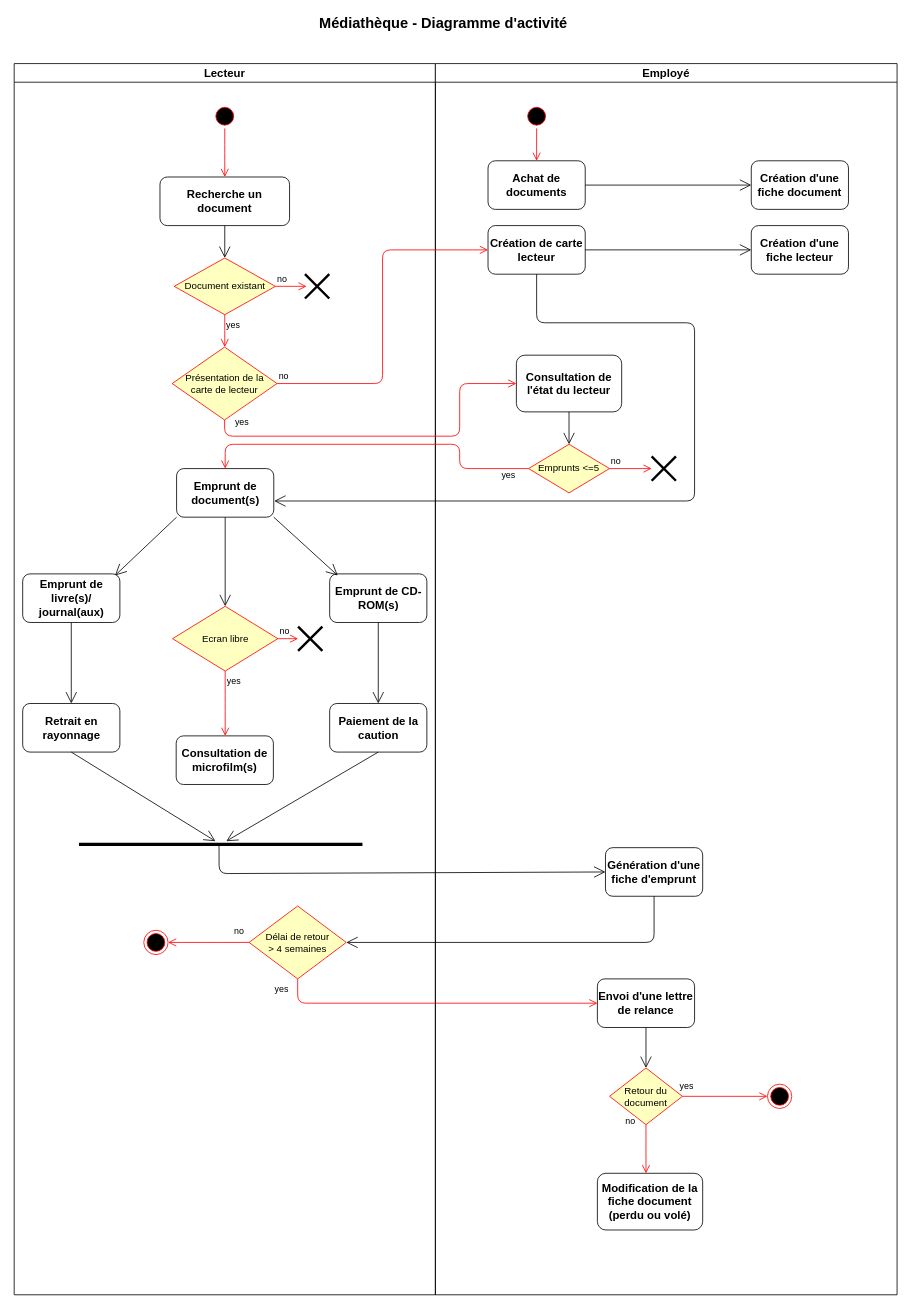
BaltoClem/Travaux_CDA keeps this draw.io diagram as Développer des composants d'interface/Maquetter une application/UML Partie 1/Phase 4 - Diagramme d'activité/diagramme_d_activite.drawio. Above is the earlier version. Source tidied: cells renumbered, new cells numbered last; positions are measured from the earlier drawing's top-left corner, leaving out a move shared by most shapes. Both pictures are drawn from the tidied source at 81%, with x=0, y=0 at pixel (14, 15).
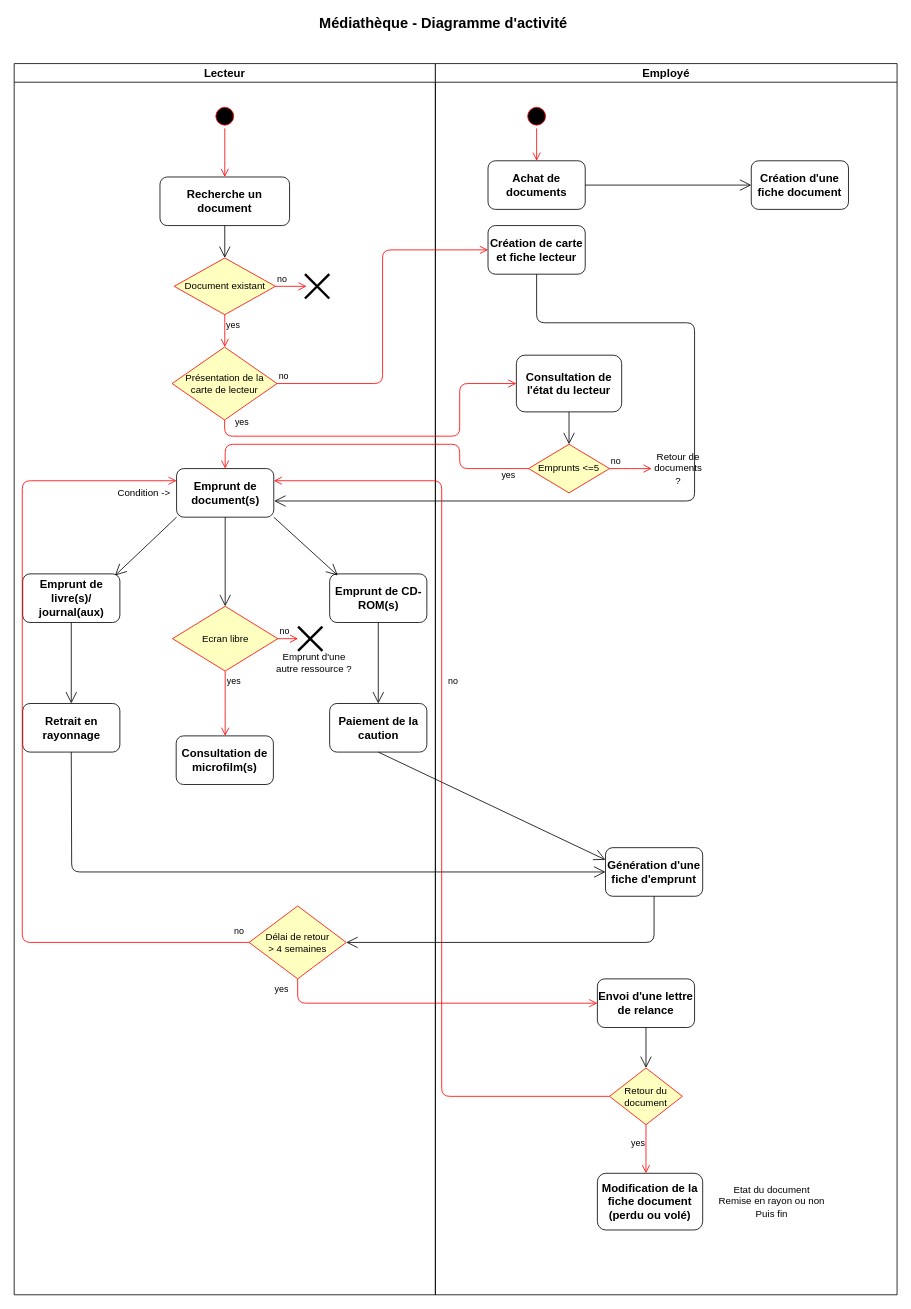
After the change.

Unchanged cells that the change refers to:
```xml
<mxCell id="3" value="Lecteur" style="swimlane;strokeColor=#000000;strokeWidth=1;fontSize=14;" parent="1" vertex="1">
  <mxGeometry y="60" width="520" height="1520" as="geometry" />
</mxCell>
<mxCell id="11" value="&lt;font style=&quot;font-size: 14px&quot;&gt;&lt;b&gt;Emprunt de document(s)&lt;/b&gt;&lt;/font&gt;" style="rounded=1;whiteSpace=wrap;html=1;" parent="3" vertex="1">
  <mxGeometry x="200.5" y="500" width="120" height="60" as="geometry" />
</mxCell>
<mxCell id="15" value="&lt;font style=&quot;font-size: 14px&quot;&gt;&lt;b&gt;Retrait en rayonnage&lt;/b&gt;&lt;/font&gt;" style="rounded=1;whiteSpace=wrap;html=1;" parent="3" vertex="1">
  <mxGeometry x="10.5" y="790" width="120" height="60" as="geometry" />
</mxCell>
<mxCell id="18" value="&lt;font style=&quot;font-size: 14px&quot;&gt;&lt;b&gt;Paiement de la caution&lt;/b&gt;&lt;/font&gt;" style="rounded=1;whiteSpace=wrap;html=1;" parent="3" vertex="1">
  <mxGeometry x="389.5" y="790" width="120" height="60" as="geometry" />
</mxCell>
<mxCell id="29" value="Délai de retour &lt;br&gt;&amp;gt; 4 semaines" style="rhombus;whiteSpace=wrap;html=1;fillColor=#ffffc0;strokeColor=#ff0000;" parent="3" vertex="1">
  <mxGeometry x="290" y="1040" width="120" height="90" as="geometry" />
</mxCell>
<mxCell id="33" value="Employé" style="swimlane;strokeColor=#000000;strokeWidth=1;fontSize=14;" parent="1" vertex="1">
  <mxGeometry x="520" y="60" width="570" height="1520" as="geometry" />
</mxCell>
<mxCell id="35" value="&lt;font style=&quot;font-size: 14px&quot;&gt;&lt;b&gt;Génération d'une fiche d'emprunt&lt;/b&gt;&lt;/font&gt;" style="rounded=1;whiteSpace=wrap;html=1;strokeWidth=1;" parent="33" vertex="1">
  <mxGeometry x="210" y="968" width="120" height="60" as="geometry" />
</mxCell>
<mxCell id="44" value="Emprunts &amp;lt;=5" style="rhombus;whiteSpace=wrap;html=1;fillColor=#ffffc0;strokeColor=#ff0000;" parent="33" vertex="1">
  <mxGeometry x="115" y="470" width="100" height="60" as="geometry" />
</mxCell>
<mxCell id="49" value="Retour du document" style="rhombus;whiteSpace=wrap;html=1;fillColor=#ffffc0;strokeColor=#ff0000;" parent="33" vertex="1">
  <mxGeometry x="215" y="1240" width="90" height="70" as="geometry" />
</mxCell>
```

What changed in the source:
```diff
@@
-    <mxCell id="26" style="line;strokeWidth=4;fillColor=none;align=left;verticalAlign=middle;spacingTop=-1;spacingLeft=3;spacingRight=3;labelPosition=right;points=[];portConstraint=eastwest;" parent="3" vertex="1">
-      <mxGeometry x="80" y="960" width="350" height="8" as="geometry" />
-    </mxCell>
-    <mxCell id="27" style="endArrow=open;endFill=1;endSize=12;html=1;exitX=0.5;exitY=1;exitDx=0;exitDy=0;" parent="3" edge="1" source="15" target="26">
-      <mxGeometry relative="1" as="geometry" />
-    </mxCell>
-    <mxCell id="28" style="endArrow=open;endFill=1;endSize=12;html=1;exitX=0.5;exitY=1;exitDx=0;exitDy=0;" parent="3" edge="1" source="18" target="26">
-      <mxGeometry relative="1" as="geometry" />
-    </mxCell>
@@
-    <mxCell id="31" value="yes" style="edgeStyle=orthogonalEdgeStyle;html=1;align=left;verticalAlign=top;endArrow=open;endSize=8;strokeColor=#ff0000;exitX=0;exitY=0.5;exitDx=0;exitDy=0;" parent="3" edge="1" source="29">
+    <mxCell id="31" value="yes" style="edgeStyle=orthogonalEdgeStyle;html=1;align=left;verticalAlign=top;endArrow=open;endSize=8;strokeColor=#ff0000;exitX=0;exitY=0.5;exitDx=0;exitDy=0;entryX=0;entryY=0.25;entryDx=0;entryDy=0;" parent="3" edge="1" source="29" target="11">
       <mxGeometry x="-1" y="54" relative="1" as="geometry">
-        <mxPoint x="190" y="1085" as="targetPoint" />
+        <Array as="points">
+          <mxPoint x="10" y="1085" />
+          <mxPoint x="10" y="515" />
+        </Array>
         <mxPoint x="30" y="-9" as="offset" />
       </mxGeometry>
     </mxCell>
-    <mxCell id="32" style="ellipse;html=1;shape=endState;fillColor=#000000;strokeColor=#ff0000;" parent="3" vertex="1">
-      <mxGeometry x="160" y="1070" width="30" height="30" as="geometry" />
-    </mxCell>
+    <mxCell id="63" value="Condition -&amp;gt;" style="text;html=1;align=center;verticalAlign=middle;" parent="3" vertex="1">
+      <mxGeometry x="120" y="520" width="80" height="20" as="geometry" />
+    </mxCell>
@@
-    <mxCell id="34" value="&lt;b&gt;&lt;font style=&quot;font-size: 14px&quot;&gt;Création de carte lecteur&lt;/font&gt;&lt;/b&gt;" style="rounded=1;whiteSpace=wrap;html=1;" parent="33" vertex="1">
+    <mxCell id="34" value="&lt;b&gt;&lt;font style=&quot;font-size: 14px&quot;&gt;Création de carte et fiche lecteur&lt;/font&gt;&lt;/b&gt;" style="rounded=1;whiteSpace=wrap;html=1;" parent="33" vertex="1">
       <mxGeometry x="65" y="200" width="120" height="60" as="geometry" />
     </mxCell>
@@
-    <mxCell id="41" value="&lt;font style=&quot;font-size: 14px&quot;&gt;&lt;b&gt;Création d'une fiche lecteur&lt;/b&gt;&lt;/font&gt;" style="rounded=1;whiteSpace=wrap;html=1;strokeWidth=1;" parent="33" vertex="1">
-      <mxGeometry x="390" y="200" width="120" height="60" as="geometry" />
-    </mxCell>
-    <mxCell id="42" style="endArrow=open;endFill=1;endSize=12;html=1;exitX=1;exitY=0.5;exitDx=0;exitDy=0;entryX=0;entryY=0.5;entryDx=0;entryDy=0;" parent="33" edge="1" source="34" target="41">
-      <mxGeometry relative="1" as="geometry" />
-    </mxCell>
@@
-    <mxCell id="46" style="shape=umlDestroy;whiteSpace=wrap;html=1;strokeWidth=3;" parent="33" vertex="1">
-      <mxGeometry x="267" y="485" width="30" height="30" as="geometry" />
-    </mxCell>
-    <mxCell id="47" value="no" style="edgeStyle=orthogonalEdgeStyle;html=1;align=left;verticalAlign=bottom;endArrow=open;endSize=8;strokeColor=#ff0000;" parent="33" edge="1" source="44" target="46">
-      <mxGeometry x="-1" relative="1" as="geometry" />
+    <mxCell id="47" value="no" style="edgeStyle=orthogonalEdgeStyle;html=1;align=left;verticalAlign=bottom;endArrow=open;endSize=8;strokeColor=#ff0000;" parent="33" edge="1" source="44">
+      <mxGeometry x="-1" relative="1" as="geometry">
+        <mxPoint x="267" y="500" as="targetPoint" />
+      </mxGeometry>
     </mxCell>
@@
-    <mxCell id="50" value="no" style="edgeStyle=orthogonalEdgeStyle;html=1;align=left;verticalAlign=bottom;endArrow=open;endSize=8;strokeColor=#ff0000;" parent="33" edge="1" source="49">
-      <mxGeometry x="0.05" y="-134" relative="1" as="geometry">
-        <mxPoint x="410" y="1275" as="targetPoint" />
-        <mxPoint x="-128" y="-94" as="offset" />
-      </mxGeometry>
-    </mxCell>
     <mxCell id="51" value="yes" style="edgeStyle=orthogonalEdgeStyle;html=1;align=left;verticalAlign=top;endArrow=open;endSize=8;strokeColor=#ff0000;" parent="33" edge="1" source="49">
-      <mxGeometry x="-1" y="72" relative="1" as="geometry">
+      <mxGeometry x="-0.67" y="-20" relative="1" as="geometry">
         <mxPoint x="260" y="1370" as="targetPoint" />
-        <mxPoint x="-32" y="-60" as="offset" />
       </mxGeometry>
     </mxCell>
@@
-    <mxCell id="53" style="ellipse;html=1;shape=endState;fillColor=#000000;strokeColor=#ff0000;" parent="33" vertex="1">
-      <mxGeometry x="410" y="1260" width="30" height="30" as="geometry" />
-    </mxCell>
@@
+    <mxCell id="64" value="Retour de documents ?" style="text;html=1;strokeColor=none;fillColor=none;align=center;verticalAlign=middle;whiteSpace=wrap;rounded=0;" parent="33" vertex="1">
+      <mxGeometry x="280" y="490" width="40" height="20" as="geometry" />
+    </mxCell>
+    <mxCell id="65" value="Etat du document&lt;br&gt;Remise en rayon ou non&lt;br&gt;Puis fin" style="text;html=1;align=center;verticalAlign=middle;" parent="33" vertex="1">
+      <mxGeometry x="340" y="1380" width="150" height="50" as="geometry" />
+    </mxCell>
@@
-    <mxCell id="59" style="endArrow=open;endFill=1;endSize=12;html=1;exitX=0.494;exitY=0.625;exitDx=0;exitDy=0;exitPerimeter=0;entryX=0;entryY=0.5;entryDx=0;entryDy=0;" parent="1" edge="1" source="26" target="35">
-      <mxGeometry relative="1" as="geometry">
-        <Array as="points">
-          <mxPoint x="253" y="1060" />
-        </Array>
-      </mxGeometry>
-    </mxCell>
@@
+    <mxCell id="66" value="Emprunt d'une &lt;br&gt;autre ressource ?" style="text;html=1;align=center;verticalAlign=middle;" parent="1" vertex="1">
+      <mxGeometry x="315" y="785" width="110" height="30" as="geometry" />
+    </mxCell>
+    <mxCell id="28" style="endArrow=open;endFill=1;endSize=12;html=1;exitX=0.5;exitY=1;exitDx=0;exitDy=0;entryX=0;entryY=0.25;entryDx=0;entryDy=0;" parent="1" edge="1" source="18" target="35">
+      <mxGeometry relative="1" as="geometry" />
+    </mxCell>
+    <mxCell id="27" style="endArrow=open;endFill=1;endSize=12;html=1;exitX=0.5;exitY=1;exitDx=0;exitDy=0;entryX=0;entryY=0.5;entryDx=0;entryDy=0;" parent="1" edge="1" source="15" target="35">
+      <mxGeometry relative="1" as="geometry">
+        <Array as="points">
+          <mxPoint x="71" y="1058" />
+        </Array>
+      </mxGeometry>
+    </mxCell>
+    <mxCell id="50" value="no" style="edgeStyle=orthogonalEdgeStyle;html=1;align=left;verticalAlign=bottom;endArrow=open;endSize=8;strokeColor=#ff0000;entryX=1;entryY=0.25;entryDx=0;entryDy=0;" parent="1" edge="1" source="49" target="11">
+      <mxGeometry x="0.05" y="-134" relative="1" as="geometry">
+        <mxPoint x="-128" y="-94" as="offset" />
+      </mxGeometry>
+    </mxCell>
```
